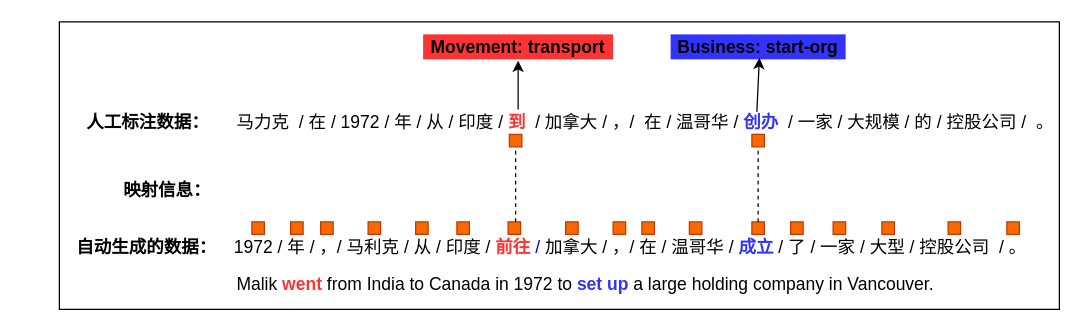
Above: alignmeng.drawio in gitofding/first_repository (draw.io), before the change. Source tidied: cells renumbered, new cells numbered last; positions are measured from the earlier drawing's top-left corner, leaving out a move shared by most shapes. Both pictures are drawn from the tidied source at 125%, with x=0, y=0 at pixel (59, 21).
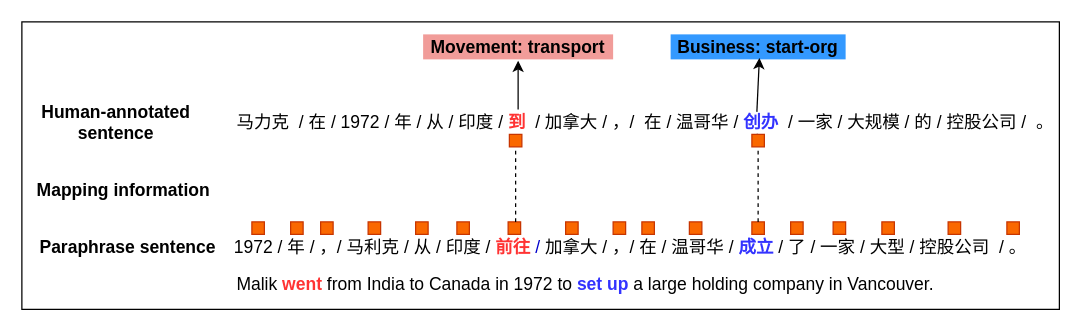
After the change.

Diff of the diagram source:
```diff
@@
     <mxCell id="2" style="rounded=0;whiteSpace=wrap;html=1;" parent="1" vertex="1">
-      <mxGeometry width="800" height="230" as="geometry" />
+      <mxGeometry x="-30" width="830" height="230" as="geometry" />
     </mxCell>
@@
-    <mxCell id="5" value="&lt;b&gt;&lt;font style=&quot;font-size: 14px&quot;&gt;自动生成的数据：&lt;/font&gt;&lt;/b&gt;" style="text;html=1;strokeColor=none;fillColor=none;align=center;verticalAlign=middle;whiteSpace=wrap;rounded=0;" parent="1" vertex="1">
-      <mxGeometry x="10" y="170" width="119.8" height="20" as="geometry" />
+    <mxCell id="5" value="&lt;b&gt;&lt;font style=&quot;font-size: 14px&quot;&gt;Paraphrase sentence&lt;/font&gt;&lt;/b&gt;" style="text;html=1;strokeColor=none;fillColor=none;align=center;verticalAlign=middle;whiteSpace=wrap;rounded=0;" parent="1" vertex="1">
+      <mxGeometry x="-20" y="170" width="149.8" height="20" as="geometry" />
     </mxCell>
-    <mxCell id="6" value="&lt;b&gt;&lt;font style=&quot;font-size: 14px&quot;&gt;映射信息：&lt;/font&gt;&lt;/b&gt;" style="text;html=1;strokeColor=none;fillColor=none;align=center;verticalAlign=middle;whiteSpace=wrap;rounded=0;" parent="1" vertex="1">
-      <mxGeometry x="50" y="124.5" width="73" height="20" as="geometry" />
+    <mxCell id="6" value="&lt;b&gt;&lt;font style=&quot;font-size: 14px&quot;&gt;Mapping information&lt;/font&gt;&lt;/b&gt;" style="text;html=1;strokeColor=none;fillColor=none;align=center;verticalAlign=middle;whiteSpace=wrap;rounded=0;" parent="1" vertex="1">
+      <mxGeometry x="-20" y="124.5" width="143" height="20" as="geometry" />
     </mxCell>
-    <mxCell id="7" value="&lt;span style=&quot;font-size: 14px&quot;&gt;&lt;b&gt;人工标注数据：&lt;/b&gt;&lt;/span&gt;" style="text;html=1;strokeColor=none;fillColor=none;align=center;verticalAlign=middle;whiteSpace=wrap;rounded=0;" parent="1" vertex="1">
-      <mxGeometry x="21" y="70" width="99.8" height="20" as="geometry" />
+    <mxCell id="7" value="&lt;span style=&quot;font-size: 14px&quot;&gt;&lt;b&gt;Human-annotated sentence&lt;/b&gt;&lt;/span&gt;" style="text;html=1;strokeColor=none;fillColor=none;align=center;verticalAlign=middle;whiteSpace=wrap;rounded=0;" parent="1" vertex="1">
+      <mxGeometry x="-20" y="70" width="130.8" height="20" as="geometry" />
     </mxCell>
@@
-    <mxCell id="9" value="&lt;font style=&quot;font-size: 14px&quot;&gt;&lt;b&gt;Movement: transport&lt;/b&gt;&lt;/font&gt;" style="text;html=1;strokeColor=none;fillColor=#FF3333;align=center;verticalAlign=middle;whiteSpace=wrap;rounded=0;" parent="1" vertex="1">
+    <mxCell id="9" value="&lt;font style=&quot;font-size: 14px&quot;&gt;&lt;b&gt;Movement: transport&lt;/b&gt;&lt;/font&gt;" style="text;html=1;strokeColor=none;fillColor=#F19C99;align=center;verticalAlign=middle;whiteSpace=wrap;rounded=0;" parent="1" vertex="1">
       <mxGeometry x="291" y="10" width="152" height="20" as="geometry" />
     </mxCell>
-    <mxCell id="10" value="&lt;font style=&quot;font-size: 14px&quot;&gt;&lt;b&gt;Business: start-org&lt;/b&gt;&lt;/font&gt;" style="text;html=1;strokeColor=none;fillColor=#3333FF;align=center;verticalAlign=middle;whiteSpace=wrap;rounded=0;" parent="1" vertex="1">
+    <mxCell id="10" value="&lt;font style=&quot;font-size: 14px&quot;&gt;&lt;b&gt;Business: start-org&lt;/b&gt;&lt;/font&gt;" style="text;html=1;strokeColor=none;fillColor=#3399FF;align=center;verticalAlign=middle;whiteSpace=wrap;rounded=0;" parent="1" vertex="1">
       <mxGeometry x="489" y="10" width="140" height="20" as="geometry" />
     </mxCell>
```
